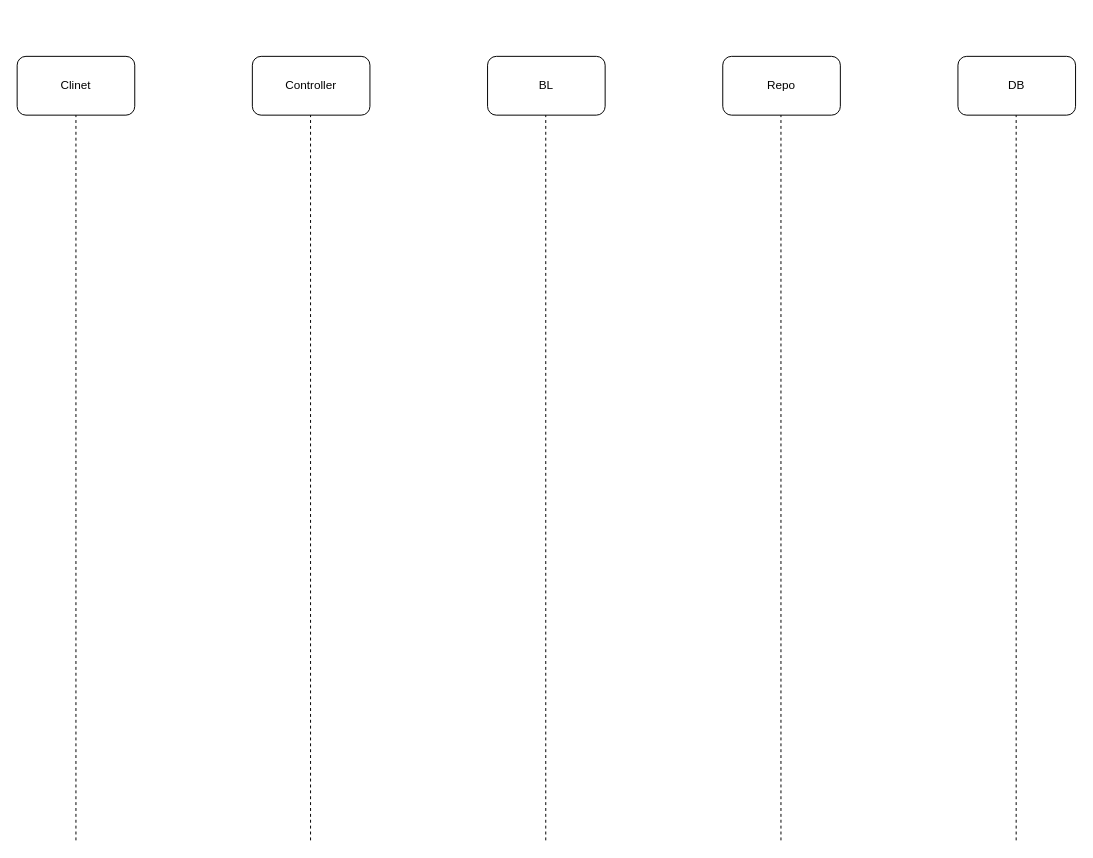
Above: kanbanSeq.drawio in Guaguawa1581/drow_io_use (draw.io), before the change. Source tidied: cells renumbered, new cells numbered last; positions are measured from the earlier drawing's top-left corner, leaving out a move shared by most shapes. Both pictures are drawn from the tidied source at 98%, with x=0, y=0 at pixel (17, 56).
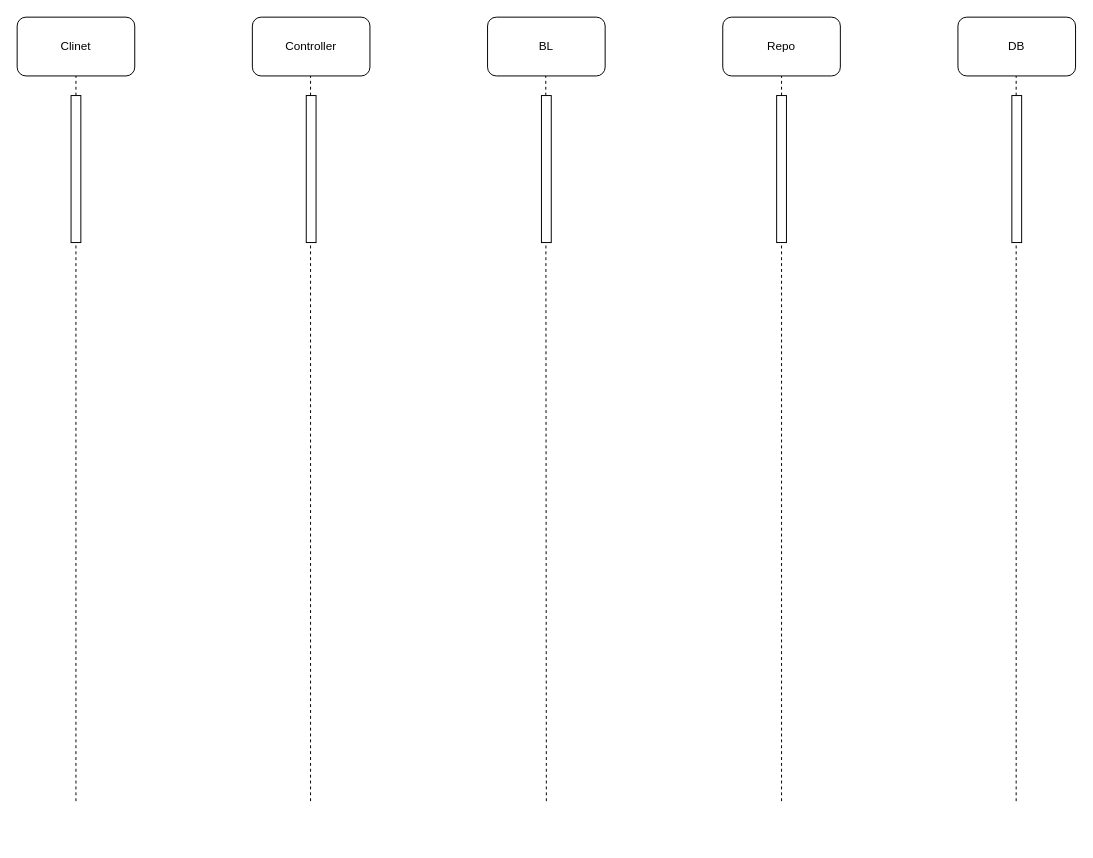
The same page after the edit.

Commit message:
新增時序圖

Change to the diagram source:
```diff
@@
-    <mxCell id="2" style="group;" parent="1" vertex="1">
-      <mxGeometry width="1080" height="800" as="geometry" />
-    </mxCell>
+    <mxCell id="13" style="endArrow=none;dashed=1;html=1;rounded=0;entryX=0.5;entryY=1;entryDx=0;entryDy=0;" parent="1" edge="1" target="6">
+      <mxGeometry relative="1" as="geometry">
+        <mxPoint x="780" y="760" as="sourcePoint" />
+      </mxGeometry>
+    </mxCell>
-    <mxCell id="3" value="Clinet" style="rounded=1;whiteSpace=wrap;html=1;" parent="2" vertex="1">
-      <mxGeometry width="120" height="60" as="geometry" />
+    <mxCell id="3" value="Clinet" style="rounded=1;whiteSpace=wrap;html=1;" parent="1" vertex="1">
+      <mxGeometry y="-40" width="120" height="60" as="geometry" />
     </mxCell>
-    <mxCell id="4" value="Controller" style="rounded=1;whiteSpace=wrap;html=1;" parent="2" vertex="1">
-      <mxGeometry x="240" width="120" height="60" as="geometry" />
+    <mxCell id="4" value="Controller" style="rounded=1;whiteSpace=wrap;html=1;" parent="1" vertex="1">
+      <mxGeometry x="240" y="-40" width="120" height="60" as="geometry" />
     </mxCell>
-    <mxCell id="5" value="BL" style="rounded=1;whiteSpace=wrap;html=1;" parent="2" vertex="1">
-      <mxGeometry x="480" width="120" height="60" as="geometry" />
+    <mxCell id="5" value="BL" style="rounded=1;whiteSpace=wrap;html=1;" parent="1" vertex="1">
+      <mxGeometry x="480" y="-40" width="120" height="60" as="geometry" />
     </mxCell>
-    <mxCell id="6" value="Repo" style="rounded=1;whiteSpace=wrap;html=1;" parent="2" vertex="1">
-      <mxGeometry x="720" width="120" height="60" as="geometry" />
+    <mxCell id="6" value="Repo" style="rounded=1;whiteSpace=wrap;html=1;" parent="1" vertex="1">
+      <mxGeometry x="720" y="-40" width="120" height="60" as="geometry" />
     </mxCell>
-    <mxCell id="7" value="DB" style="rounded=1;whiteSpace=wrap;html=1;" parent="2" vertex="1">
-      <mxGeometry x="960" width="120" height="60" as="geometry" />
+    <mxCell id="7" value="DB" style="rounded=1;whiteSpace=wrap;html=1;" parent="1" vertex="1">
+      <mxGeometry x="960" y="-40" width="120" height="60" as="geometry" />
     </mxCell>
-    <mxCell id="8" style="endArrow=none;dashed=1;html=1;rounded=0;entryX=0.5;entryY=1;entryDx=0;entryDy=0;" parent="2" edge="1" target="3">
+    <mxCell id="8" style="endArrow=none;dashed=1;html=1;rounded=0;entryX=0.5;entryY=1;entryDx=0;entryDy=0;" parent="1" edge="1" target="3">
       <mxGeometry relative="1" as="geometry">
-        <mxPoint x="60" y="800" as="sourcePoint" />
+        <mxPoint x="60" y="760" as="sourcePoint" />
       </mxGeometry>
     </mxCell>
-    <mxCell id="9" style="endArrow=none;dashed=1;html=1;rounded=0;entryX=0.5;entryY=1;entryDx=0;entryDy=0;" parent="2" edge="1">
+    <mxCell id="9" style="endArrow=none;dashed=1;html=1;rounded=0;entryX=0.5;entryY=1;entryDx=0;entryDy=0;" parent="1" edge="1">
       <mxGeometry relative="1" as="geometry">
-        <mxPoint x="299.4" y="800" as="sourcePoint" />
-        <mxPoint x="299.4" y="60" as="targetPoint" />
+        <mxPoint x="299.4" y="760" as="sourcePoint" />
+        <mxPoint x="299.4" y="20" as="targetPoint" />
       </mxGeometry>
     </mxCell>
-    <mxCell id="10" style="endArrow=none;dashed=1;html=1;rounded=0;entryX=0.5;entryY=1;entryDx=0;entryDy=0;" parent="2" edge="1">
+    <mxCell id="10" style="endArrow=none;dashed=1;html=1;rounded=0;entryX=0.5;entryY=1;entryDx=0;entryDy=0;" parent="1" edge="1">
       <mxGeometry relative="1" as="geometry">
-        <mxPoint x="539.4" y="800" as="sourcePoint" />
-        <mxPoint x="539.4" y="60" as="targetPoint" />
+        <mxPoint x="540" y="760" as="sourcePoint" />
+        <mxPoint x="539.4" y="20" as="targetPoint" />
       </mxGeometry>
     </mxCell>
-    <mxCell id="11" style="endArrow=none;dashed=1;html=1;rounded=0;entryX=0.5;entryY=1;entryDx=0;entryDy=0;" parent="2" edge="1">
-      <mxGeometry relative="1" as="geometry">
-        <mxPoint x="779.4" y="800" as="sourcePoint" />
-        <mxPoint x="779.4" y="60" as="targetPoint" />
-      </mxGeometry>
-    </mxCell>
-    <mxCell id="12" style="endArrow=none;dashed=1;html=1;rounded=0;entryX=0.5;entryY=1;entryDx=0;entryDy=0;" parent="2" edge="1">
+    <mxCell id="12" style="endArrow=none;dashed=1;html=1;rounded=0;entryX=0.5;entryY=1;entryDx=0;entryDy=0;" parent="1" edge="1">
       <mxGeometry relative="1" as="geometry">
-        <mxPoint x="1019.4" y="800" as="sourcePoint" />
-        <mxPoint x="1019.4" y="60" as="targetPoint" />
+        <mxPoint x="1019.4" y="760" as="sourcePoint" />
+        <mxPoint x="1019.4" y="20" as="targetPoint" />
       </mxGeometry>
     </mxCell>
+    <mxCell id="14" style="rounded=0;whiteSpace=wrap;html=1;" parent="1" vertex="1">
+      <mxGeometry x="55" y="40" width="10" height="150" as="geometry" />
+    </mxCell>
+    <mxCell id="15" style="rounded=0;whiteSpace=wrap;html=1;" parent="1" vertex="1">
+      <mxGeometry x="295" y="40" width="10" height="150" as="geometry" />
+    </mxCell>
+    <mxCell id="16" style="rounded=0;whiteSpace=wrap;html=1;" parent="1" vertex="1">
+      <mxGeometry x="535" y="40" width="10" height="150" as="geometry" />
+    </mxCell>
+    <mxCell id="17" style="rounded=0;whiteSpace=wrap;html=1;" parent="1" vertex="1">
+      <mxGeometry x="775" y="40" width="10" height="150" as="geometry" />
+    </mxCell>
+    <mxCell id="18" style="rounded=0;whiteSpace=wrap;html=1;" parent="1" vertex="1">
+      <mxGeometry x="1015" y="40" width="10" height="150" as="geometry" />
+    </mxCell>
```
